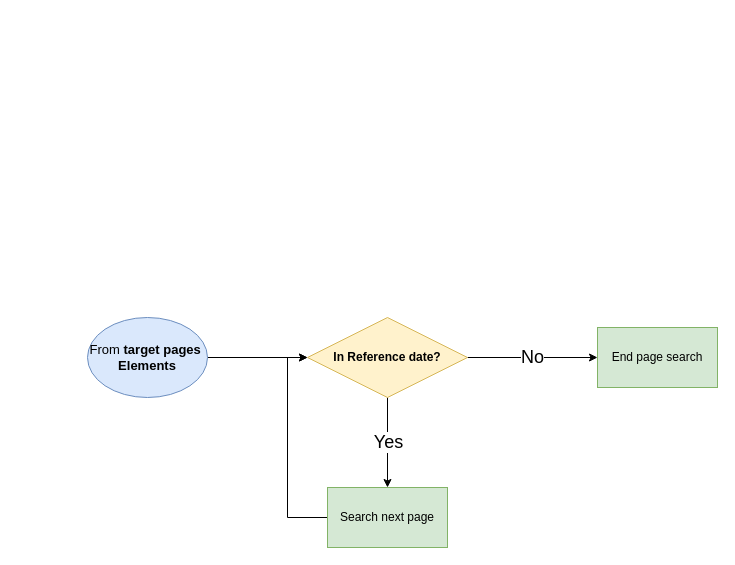
This is 제목 없는 다이어그램.drawio from palet404/SuddenAtattack_SideProject-Scraping-, a draw.io file, before an edit. Source tidied: cells renumbered, new cells numbered last; positions are measured from the earlier drawing's top-left corner, leaving out a move shared by most shapes. Both pictures are drawn from the tidied source at 100%, with x=0, y=0 at pixel (87, 317).
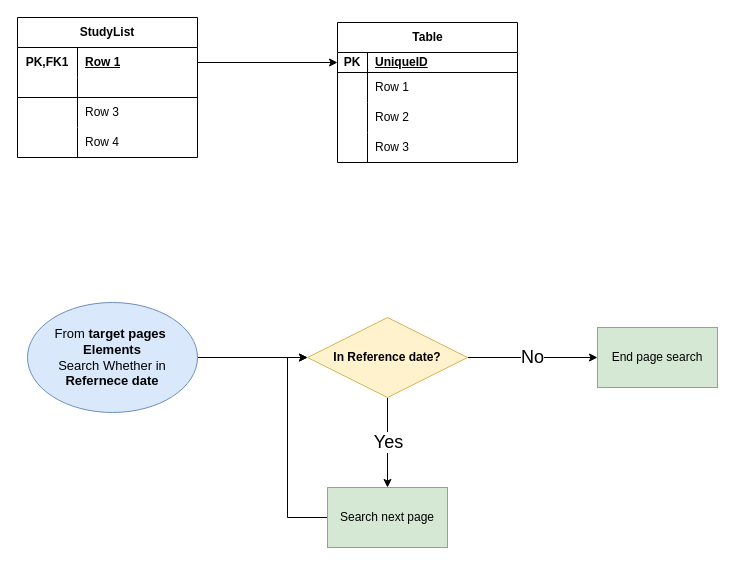
Above is the later version.

Commit message (it also covers changes not shown here):
제목 없는 다이어그램.drawio 업데이트

The edit, as a diff of the source:
```diff
@@
-    <mxCell id="3" value="&lt;span style=&quot;font-size: 13px;&quot;&gt;From &lt;b&gt;target pages&amp;nbsp;&lt;/b&gt;&lt;/span&gt;&lt;div&gt;&lt;span style=&quot;font-size: 13px;&quot;&gt;&lt;b&gt;Elements&lt;/b&gt;&lt;/span&gt;&lt;/div&gt;" style="ellipse;whiteSpace=wrap;html=1;fillColor=#dae8fc;strokeColor=#6c8ebf;" parent="1" vertex="1">
-      <mxGeometry width="120" height="80" as="geometry" />
+    <mxCell id="3" value="&lt;span style=&quot;font-size: 13px;&quot;&gt;From &lt;b&gt;target pages&amp;nbsp;&lt;/b&gt;&lt;/span&gt;&lt;div&gt;&lt;span style=&quot;font-size: 13px;&quot;&gt;&lt;b&gt;Elements&lt;/b&gt;&lt;/span&gt;&lt;/div&gt;&lt;div&gt;&lt;span style=&quot;font-size: 13px;&quot;&gt;Search Whether in &lt;b&gt;Refernece date&lt;/b&gt;&lt;/span&gt;&lt;/div&gt;" style="ellipse;whiteSpace=wrap;html=1;fillColor=#dae8fc;strokeColor=#6c8ebf;" parent="1" vertex="1">
+      <mxGeometry x="-60" y="-15" width="170" height="110" as="geometry" />
     </mxCell>
@@
+    <mxCell id="12" value="Table" style="shape=table;startSize=30;childLayout=tableLayout;rowLines=0;fontStyle=1;align=center;html=1;" parent="1" vertex="1">
+      <mxGeometry x="250" y="-295" width="180" height="140" as="geometry" />
+    </mxCell>
+    <mxCell id="13" style="shape=tableRow;horizontal=0;startSize=0;swimlaneHead=0;swimlaneBody=0;fillColor=none;points=[[0,0.5],[1,0.5]];portConstraint=eastwest;top=0;left=0;right=0;bottom=1;" parent="12" vertex="1">
+      <mxGeometry y="30" width="180" height="20" as="geometry" />
+    </mxCell>
+    <mxCell id="14" value="PK" style="shape=partialRectangle;fillColor=none;top=0;left=0;bottom=0;right=0;fontStyle=1;overflow=hidden;whiteSpace=wrap;html=1;" parent="13" vertex="1">
+      <mxGeometry width="30" height="20" as="geometry" />
+    </mxCell>
+    <mxCell id="15" value="UniqueID" style="shape=partialRectangle;fillColor=none;top=0;left=0;bottom=0;right=0;align=left;spacingLeft=6;fontStyle=5;overflow=hidden;whiteSpace=wrap;html=1;" parent="13" vertex="1">
+      <mxGeometry x="30" width="150" height="20" as="geometry" />
+    </mxCell>
+    <mxCell id="16" style="shape=tableRow;horizontal=0;startSize=0;swimlaneHead=0;swimlaneBody=0;fillColor=none;top=0;left=0;right=0;bottom=0;" parent="12" vertex="1">
+      <mxGeometry y="50" width="180" height="30" as="geometry" />
+    </mxCell>
+    <mxCell id="17" style="shape=partialRectangle;fillColor=none;top=0;left=0;bottom=0;right=0;overflow=hidden;whiteSpace=wrap;html=1;" parent="16" vertex="1">
+      <mxGeometry width="30" height="30" as="geometry" />
+    </mxCell>
+    <mxCell id="18" value="Row 1" style="shape=partialRectangle;fillColor=none;top=0;left=0;bottom=0;right=0;align=left;spacingLeft=6;overflow=hidden;whiteSpace=wrap;html=1;" parent="16" vertex="1">
+      <mxGeometry x="30" width="150" height="30" as="geometry" />
+    </mxCell>
+    <mxCell id="19" style="shape=tableRow;horizontal=0;startSize=0;swimlaneHead=0;swimlaneBody=0;fillColor=none;top=0;left=0;right=0;bottom=0;" parent="12" vertex="1">
+      <mxGeometry y="80" width="180" height="30" as="geometry" />
+    </mxCell>
+    <mxCell id="20" style="shape=partialRectangle;fillColor=none;top=0;left=0;bottom=0;right=0;overflow=hidden;whiteSpace=wrap;html=1;" parent="19" vertex="1">
+      <mxGeometry width="30" height="30" as="geometry" />
+    </mxCell>
+    <mxCell id="21" value="Row 2" style="shape=partialRectangle;fillColor=none;top=0;left=0;bottom=0;right=0;align=left;spacingLeft=6;overflow=hidden;whiteSpace=wrap;html=1;" parent="19" vertex="1">
+      <mxGeometry x="30" width="150" height="30" as="geometry" />
+    </mxCell>
+    <mxCell id="22" style="shape=tableRow;horizontal=0;startSize=0;swimlaneHead=0;swimlaneBody=0;fillColor=none;top=0;left=0;right=0;bottom=0;" parent="12" vertex="1">
+      <mxGeometry y="110" width="180" height="30" as="geometry" />
+    </mxCell>
+    <mxCell id="23" style="shape=partialRectangle;fillColor=none;top=0;left=0;bottom=0;right=0;overflow=hidden;whiteSpace=wrap;html=1;" parent="22" vertex="1">
+      <mxGeometry width="30" height="30" as="geometry" />
+    </mxCell>
+    <mxCell id="24" value="Row 3" style="shape=partialRectangle;fillColor=none;top=0;left=0;bottom=0;right=0;align=left;spacingLeft=6;overflow=hidden;whiteSpace=wrap;html=1;" parent="22" vertex="1">
+      <mxGeometry x="30" width="150" height="30" as="geometry" />
+    </mxCell>
+    <mxCell id="25" style="edgeStyle=orthogonalEdgeStyle;rounded=0;jettySize=auto;html=1;exitX=1;exitY=0.5;exitDx=0;exitDy=0;entryX=0;entryY=0.5;entryDx=0;entryDy=0;" parent="1" edge="1" source="27" target="13">
+      <mxGeometry relative="1" as="geometry" />
+    </mxCell>
+    <mxCell id="26" value="StudyList" style="shape=table;startSize=30;childLayout=tableLayout;rowLines=0;fontStyle=1;align=center;html=1;whiteSpace=wrap;" parent="1" vertex="1">
+      <mxGeometry x="-70" y="-300" width="180" height="140" as="geometry" />
+    </mxCell>
+    <mxCell id="27" style="shape=tableRow;horizontal=0;startSize=0;swimlaneHead=0;swimlaneBody=0;fillColor=none;points=[[0,0.5],[1,0.5]];portConstraint=eastwest;top=0;left=0;right=0;bottom=0;html=1;" parent="26" vertex="1">
+      <mxGeometry y="30" width="180" height="30" as="geometry" />
+    </mxCell>
+    <mxCell id="28" value="PK,FK1" style="shape=partialRectangle;fillColor=none;top=0;left=0;bottom=0;right=0;fontStyle=1;overflow=hidden;html=1;whiteSpace=wrap;" parent="27" vertex="1">
+      <mxGeometry width="60" height="30" as="geometry" />
+    </mxCell>
+    <mxCell id="29" value="Row 1" style="shape=partialRectangle;fillColor=none;top=0;left=0;bottom=0;right=0;align=left;spacingLeft=6;fontStyle=5;overflow=hidden;html=1;whiteSpace=wrap;" parent="27" vertex="1">
+      <mxGeometry x="60" width="120" height="30" as="geometry" />
+    </mxCell>
+    <mxCell id="30" style="shape=tableRow;horizontal=0;startSize=0;swimlaneHead=0;swimlaneBody=0;fillColor=none;top=0;left=0;right=0;bottom=1;html=1;" parent="26" vertex="1">
+      <mxGeometry y="60" width="180" height="20" as="geometry" />
+    </mxCell>
+    <mxCell id="31" style="shape=partialRectangle;fillColor=none;top=0;left=0;bottom=0;right=0;fontStyle=1;overflow=hidden;html=1;whiteSpace=wrap;" parent="30" vertex="1">
+      <mxGeometry width="60" height="20" as="geometry" />
+    </mxCell>
+    <mxCell id="32" style="shape=partialRectangle;fillColor=none;top=0;left=0;bottom=0;right=0;align=left;spacingLeft=6;fontStyle=5;overflow=hidden;html=1;whiteSpace=wrap;" parent="30" vertex="1">
+      <mxGeometry x="60" width="120" height="20" as="geometry" />
+    </mxCell>
+    <mxCell id="33" style="shape=tableRow;horizontal=0;startSize=0;swimlaneHead=0;swimlaneBody=0;fillColor=none;top=0;left=0;right=0;bottom=0;html=1;" parent="26" vertex="1">
+      <mxGeometry y="80" width="180" height="30" as="geometry" />
+    </mxCell>
+    <mxCell id="34" style="shape=partialRectangle;fillColor=none;top=0;left=0;bottom=0;right=0;overflow=hidden;html=1;whiteSpace=wrap;" parent="33" vertex="1">
+      <mxGeometry width="60" height="30" as="geometry" />
+    </mxCell>
+    <mxCell id="35" value="Row 3" style="shape=partialRectangle;fillColor=none;top=0;left=0;bottom=0;right=0;align=left;spacingLeft=6;overflow=hidden;html=1;whiteSpace=wrap;" parent="33" vertex="1">
+      <mxGeometry x="60" width="120" height="30" as="geometry" />
+    </mxCell>
+    <mxCell id="36" style="shape=tableRow;horizontal=0;startSize=0;swimlaneHead=0;swimlaneBody=0;fillColor=none;top=0;left=0;right=0;bottom=0;html=1;" parent="26" vertex="1">
+      <mxGeometry y="110" width="180" height="30" as="geometry" />
+    </mxCell>
+    <mxCell id="37" style="shape=partialRectangle;fillColor=none;top=0;left=0;bottom=0;right=0;overflow=hidden;html=1;whiteSpace=wrap;" parent="36" vertex="1">
+      <mxGeometry width="60" height="30" as="geometry" />
+    </mxCell>
+    <mxCell id="38" value="Row 4" style="shape=partialRectangle;fillColor=none;top=0;left=0;bottom=0;right=0;align=left;spacingLeft=6;overflow=hidden;html=1;whiteSpace=wrap;" parent="36" vertex="1">
+      <mxGeometry x="60" width="120" height="30" as="geometry" />
+    </mxCell>
```
